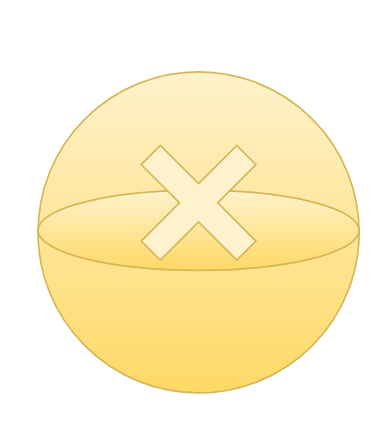
Above: page "gold" (2 of 18) of doc/splat-capsule.drawio in hiyoko3/splat-capsule-simulator (draw.io), before the change. Source tidied: cells renumbered, new cells numbered last; positions are measured from the earlier drawing's top-left corner, leaving out a move shared by most shapes. Both pictures are drawn from the tidied source at 169%, with x=0, y=0 at pixel (37, 71).
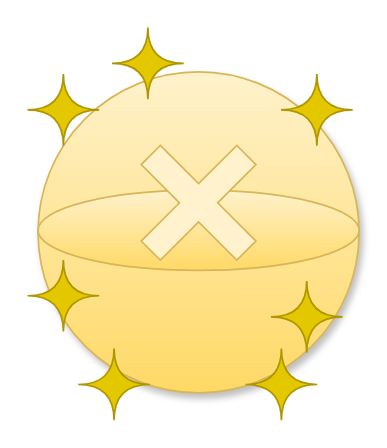
The same page after the edit.

Change to the diagram source:
```diff
@@
 <mxGraphModel>
   <root>
     <mxCell id="0" />
     <mxCell id="1" parent="0" />
     <mxCell id="2" style="group;" parent="1" vertex="1">
-      <mxGeometry width="190" height="190" as="geometry" />
+      <mxGeometry width="190" height="200" as="geometry" />
     </mxCell>
-    <mxCell id="3" style="ellipse;whiteSpace=wrap;html=1;fillColor=#fff2cc;strokeColor=#d6b656;gradientColor=#ffd966;" parent="2" vertex="1">
+    <mxCell id="3" style="ellipse;whiteSpace=wrap;html=1;fillColor=#fff2cc;strokeColor=#d6b656;gradientColor=#ffd966;shadow=1;" parent="2" vertex="1">
       <mxGeometry width="190" height="190" as="geometry" />
     </mxCell>
     <mxCell id="4" style="ellipse;whiteSpace=wrap;html=1;fillColor=#fff2cc;strokeColor=#d6b656;gradientColor=#ffd966;" parent="2" vertex="1">
       <mxGeometry y="70" width="190" height="47.5" as="geometry" />
     </mxCell>
     <mxCell id="5" style="shape=cross;whiteSpace=wrap;html=1;rotation=45;fillColor=#fff2cc;strokeColor=#d6b656;" parent="2" vertex="1">
       <mxGeometry x="55" y="37.5" width="80" height="80" as="geometry" />
     </mxCell>
+    <mxCell id="6" style="shape=switch;whiteSpace=wrap;html=1;rotation=-45;fillColor=#e3c800;strokeColor=#B09500;fontColor=#000000;" parent="2" vertex="1">
+      <mxGeometry y="7.5" width="30" height="30" as="geometry" />
+    </mxCell>
+    <mxCell id="7" style="shape=switch;whiteSpace=wrap;html=1;rotation=-45;fillColor=#e3c800;strokeColor=#B09500;fontColor=#000000;" parent="2" vertex="1">
+      <mxGeometry y="117.5" width="30" height="30" as="geometry" />
+    </mxCell>
+    <mxCell id="8" style="shape=switch;whiteSpace=wrap;html=1;rotation=-45;fillColor=#e3c800;strokeColor=#B09500;fontColor=#000000;" parent="2" vertex="1">
+      <mxGeometry x="150" y="7.5" width="30" height="30" as="geometry" />
+    </mxCell>
+    <mxCell id="9" style="shape=switch;whiteSpace=wrap;html=1;rotation=-45;fillColor=#e3c800;strokeColor=#B09500;fontColor=#000000;" parent="2" vertex="1">
+      <mxGeometry x="144" y="130" width="30" height="30" as="geometry" />
+    </mxCell>
+    <mxCell id="10" style="shape=switch;whiteSpace=wrap;html=1;rotation=-45;fillColor=#e3c800;strokeColor=#B09500;fontColor=#000000;" parent="2" vertex="1">
+      <mxGeometry x="30" y="170" width="30" height="30" as="geometry" />
+    </mxCell>
+    <mxCell id="11" style="shape=switch;whiteSpace=wrap;html=1;rotation=-45;fillColor=#e3c800;strokeColor=#B09500;fontColor=#000000;" parent="2" vertex="1">
+      <mxGeometry x="129" y="170" width="30" height="30" as="geometry" />
+    </mxCell>
+    <mxCell id="12" style="shape=switch;whiteSpace=wrap;html=1;rotation=-45;fillColor=#e3c800;strokeColor=#B09500;fontColor=#000000;" parent="1" vertex="1">
+      <mxGeometry x="50" y="-20" width="30" height="30" as="geometry" />
+    </mxCell>
   </root>
 </mxGraphModel>
```
